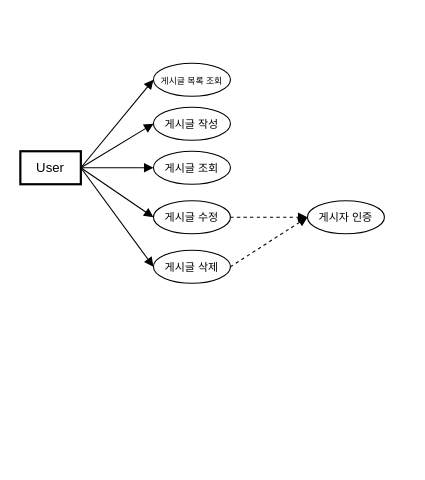
This is 제목 없는 다이어그램.drawio from Arklimits/swjungle-spring, a draw.io file, before an edit. Source tidied: cells renumbered, new cells numbered last; positions are measured from the earlier drawing's top-left corner, leaving out a move shared by most shapes. Both pictures are drawn from the tidied source at 110%, with x=0, y=0 at pixel (20, 63).
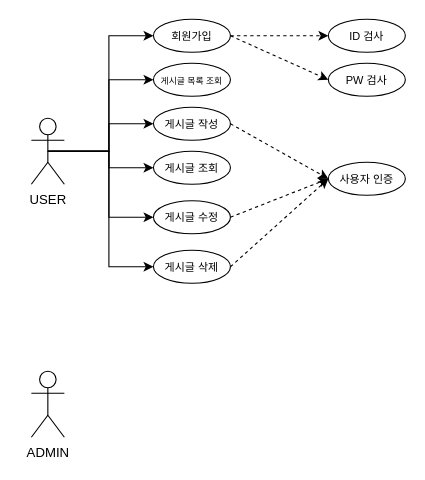
The same page after the edit.

Commit message (it also covers changes not shown here):
제목 없는 다이어그램.drawio 업데이트

Unchanged cells that the change refers to:
```xml
<mxCell id="4" value="&lt;font style=&quot;font-size: 8px;&quot;&gt;게시글 목록 조회&lt;/font&gt;" style="ellipse;whiteSpace=wrap;html=1;" parent="1" vertex="1">
  <mxGeometry x="121" width="70" height="30" as="geometry" />
</mxCell>
<mxCell id="5" value="&lt;font style=&quot;font-size: 10px;&quot;&gt;게시글 작성&lt;/font&gt;" style="ellipse;whiteSpace=wrap;html=1;" parent="1" vertex="1">
  <mxGeometry x="121" y="40" width="70" height="30" as="geometry" />
</mxCell>
<mxCell id="7" value="&lt;font style=&quot;font-size: 10px;&quot;&gt;게시글 조회&lt;/font&gt;" style="ellipse;whiteSpace=wrap;html=1;" parent="1" vertex="1">
  <mxGeometry x="121" y="80" width="70" height="30" as="geometry" />
</mxCell>
<mxCell id="9" value="&lt;font style=&quot;font-size: 10px;&quot;&gt;게시글 수정&lt;/font&gt;" style="ellipse;whiteSpace=wrap;html=1;" parent="1" vertex="1">
  <mxGeometry x="121" y="125" width="70" height="30" as="geometry" />
</mxCell>
<mxCell id="11" value="&lt;font style=&quot;font-size: 10px;&quot;&gt;게시글 삭제&lt;/font&gt;" style="ellipse;whiteSpace=wrap;html=1;" parent="1" vertex="1">
  <mxGeometry x="121" y="170" width="70" height="30" as="geometry" />
</mxCell>
```

The edit, as a diff of the source:
```diff
@@
-    <mxCell id="2" value="User" style="whiteSpace=wrap;strokeWidth=2;" parent="1" vertex="1">
-      <mxGeometry y="80" width="55" height="30" as="geometry" />
-    </mxCell>
-    <mxCell id="3" style="curved=1;startArrow=none;endArrow=block;exitX=1;exitY=0.5;entryX=0;entryY=0.5;entryDx=0;entryDy=0;exitDx=0;exitDy=0;" parent="1" edge="1" source="2" target="4">
-      <mxGeometry relative="1" as="geometry" />
-    </mxCell>
@@
-    <mxCell id="6" style="curved=1;startArrow=none;endArrow=block;exitX=1;exitY=0.5;entryX=0;entryY=0.5;entryDx=0;entryDy=0;exitDx=0;exitDy=0;" parent="1" edge="1" source="2" target="5">
-      <mxGeometry relative="1" as="geometry" />
-    </mxCell>
@@
-    <mxCell id="8" style="curved=1;startArrow=none;endArrow=block;entryX=0;entryY=0.5;entryDx=0;entryDy=0;exitX=1;exitY=0.5;exitDx=0;exitDy=0;" parent="1" edge="1" source="2" target="7">
-      <mxGeometry relative="1" as="geometry" />
-    </mxCell>
+    <mxCell id="14" style="rounded=0;jettySize=auto;html=1;exitX=1;exitY=0.5;exitDx=0;exitDy=0;dashed=1;entryX=0;entryY=0.5;entryDx=0;entryDy=0;" parent="1" edge="1" source="9" target="13">
+      <mxGeometry relative="1" as="geometry" />
+    </mxCell>
@@
-    <mxCell id="10" style="curved=1;startArrow=none;endArrow=block;entryX=0;entryY=0.5;entryDx=0;entryDy=0;exitX=1;exitY=0.5;exitDx=0;exitDy=0;" parent="1" edge="1" source="2" target="9">
-      <mxGeometry relative="1" as="geometry" />
-    </mxCell>
+    <mxCell id="15" style="rounded=0;jettySize=auto;html=1;exitX=1;exitY=0.5;exitDx=0;exitDy=0;entryX=0;entryY=0.5;entryDx=0;entryDy=0;dashed=1;" parent="1" edge="1" source="11" target="13">
+      <mxGeometry relative="1" as="geometry" />
+    </mxCell>
@@
-    <mxCell id="12" style="curved=1;startArrow=none;endArrow=block;entryX=0;entryY=0.5;entryDx=0;entryDy=0;exitX=1;exitY=0.5;exitDx=0;exitDy=0;" parent="1" edge="1" source="2" target="11">
-      <mxGeometry relative="1" as="geometry" />
-    </mxCell>
-    <mxCell id="13" value="&lt;font style=&quot;font-size: 10px;&quot;&gt;게시자 인증&lt;/font&gt;" style="ellipse;whiteSpace=wrap;html=1;" parent="1" vertex="1">
-      <mxGeometry x="261" y="125" width="70" height="30" as="geometry" />
+    <mxCell id="13" value="&lt;font style=&quot;font-size: 10px;&quot;&gt;사용자 인증&lt;/font&gt;" style="ellipse;whiteSpace=wrap;html=1;" parent="1" vertex="1">
+      <mxGeometry x="280" y="90" width="70" height="30" as="geometry" />
     </mxCell>
-    <mxCell id="14" style="curved=1;startArrow=none;endArrow=block;entryX=0;entryY=0.5;entryDx=0;entryDy=0;exitX=1;exitY=0.5;exitDx=0;exitDy=0;dashed=1;" parent="1" edge="1" source="9" target="13">
-      <mxGeometry relative="1" as="geometry" />
-    </mxCell>
-    <mxCell id="15" style="curved=1;startArrow=none;endArrow=block;entryX=0;entryY=0.5;entryDx=0;entryDy=0;exitX=1;exitY=0.5;exitDx=0;exitDy=0;dashed=1;" parent="1" edge="1" source="11" target="13">
-      <mxGeometry relative="1" as="geometry" />
-    </mxCell>
+    <mxCell id="16" style="rounded=0;jettySize=auto;html=1;exitX=1;exitY=0.5;exitDx=0;exitDy=0;entryX=0;entryY=0.5;entryDx=0;entryDy=0;dashed=1;" parent="1" edge="1" source="18" target="28">
+      <mxGeometry relative="1" as="geometry" />
+    </mxCell>
+    <mxCell id="17" style="rounded=0;jettySize=auto;html=1;exitX=1;exitY=0.5;exitDx=0;exitDy=0;entryX=0;entryY=0.5;entryDx=0;entryDy=0;dashed=1;" parent="1" edge="1" source="18" target="29">
+      <mxGeometry relative="1" as="geometry" />
+    </mxCell>
+    <mxCell id="18" value="&lt;font style=&quot;font-size: 10px;&quot;&gt;회원가입&lt;/font&gt;" style="ellipse;whiteSpace=wrap;html=1;" parent="1" vertex="1">
+      <mxGeometry x="121" y="-40" width="70" height="30" as="geometry" />
+    </mxCell>
+    <mxCell id="19" style="edgeStyle=orthogonalEdgeStyle;rounded=0;jettySize=auto;html=1;exitX=0.5;exitY=0.5;exitDx=0;exitDy=0;exitPerimeter=0;entryX=0;entryY=0.5;entryDx=0;entryDy=0;" parent="1" edge="1" source="25" target="18">
+      <mxGeometry relative="1" as="geometry" />
+    </mxCell>
+    <mxCell id="20" style="edgeStyle=orthogonalEdgeStyle;rounded=0;jettySize=auto;html=1;exitX=0.5;exitY=0.5;exitDx=0;exitDy=0;exitPerimeter=0;entryX=0;entryY=0.5;entryDx=0;entryDy=0;" parent="1" edge="1" source="25" target="4">
+      <mxGeometry relative="1" as="geometry" />
+    </mxCell>
+    <mxCell id="21" style="edgeStyle=orthogonalEdgeStyle;rounded=0;jettySize=auto;html=1;exitX=0.5;exitY=0.5;exitDx=0;exitDy=0;exitPerimeter=0;entryX=0;entryY=0.5;entryDx=0;entryDy=0;" parent="1" edge="1" source="25" target="5">
+      <mxGeometry relative="1" as="geometry" />
+    </mxCell>
+    <mxCell id="22" style="edgeStyle=orthogonalEdgeStyle;rounded=0;jettySize=auto;html=1;exitX=0.5;exitY=0.5;exitDx=0;exitDy=0;exitPerimeter=0;entryX=0;entryY=0.5;entryDx=0;entryDy=0;" parent="1" edge="1" source="25" target="7">
+      <mxGeometry relative="1" as="geometry" />
+    </mxCell>
+    <mxCell id="23" style="edgeStyle=orthogonalEdgeStyle;rounded=0;jettySize=auto;html=1;exitX=0.5;exitY=0.5;exitDx=0;exitDy=0;exitPerimeter=0;entryX=0;entryY=0.5;entryDx=0;entryDy=0;" parent="1" edge="1" source="25" target="9">
+      <mxGeometry relative="1" as="geometry" />
+    </mxCell>
+    <mxCell id="24" style="edgeStyle=orthogonalEdgeStyle;rounded=0;jettySize=auto;html=1;exitX=0.5;exitY=0.5;exitDx=0;exitDy=0;exitPerimeter=0;entryX=0;entryY=0.5;entryDx=0;entryDy=0;" parent="1" edge="1" source="25" target="11">
+      <mxGeometry relative="1" as="geometry" />
+    </mxCell>
+    <mxCell id="25" value="USER" style="shape=umlActor;verticalLabelPosition=bottom;verticalAlign=top;html=1;outlineConnect=0;" parent="1" vertex="1">
+      <mxGeometry x="10" y="50" width="30" height="60" as="geometry" />
+    </mxCell>
+    <mxCell id="26" style="rounded=0;jettySize=auto;html=1;exitX=1;exitY=0.5;exitDx=0;exitDy=0;entryX=0;entryY=0.5;entryDx=0;entryDy=0;dashed=1;" parent="1" edge="1" source="5" target="13">
+      <mxGeometry relative="1" as="geometry" />
+    </mxCell>
+    <mxCell id="27" value="ADMIN" style="shape=umlActor;verticalLabelPosition=bottom;verticalAlign=top;html=1;" parent="1" vertex="1">
+      <mxGeometry x="10" y="280" width="30" height="60" as="geometry" />
+    </mxCell>
+    <mxCell id="28" value="&lt;span style=&quot;font-size: 10px;&quot;&gt;ID 검사&lt;/span&gt;" style="ellipse;whiteSpace=wrap;html=1;" parent="1" vertex="1">
+      <mxGeometry x="280" y="-40" width="70" height="30" as="geometry" />
+    </mxCell>
+    <mxCell id="29" value="&lt;span style=&quot;font-size: 10px;&quot;&gt;PW 검사&lt;/span&gt;" style="ellipse;whiteSpace=wrap;html=1;" parent="1" vertex="1">
+      <mxGeometry x="280" width="70" height="30" as="geometry" />
+    </mxCell>
```
